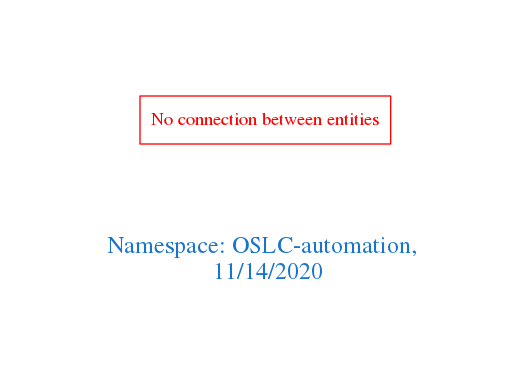
Earlier version of the Graphviz export downloads/OSLC-automation.png (arago/OGIT). Its source is kept beside it as downloads/OSLC-automation.dot.
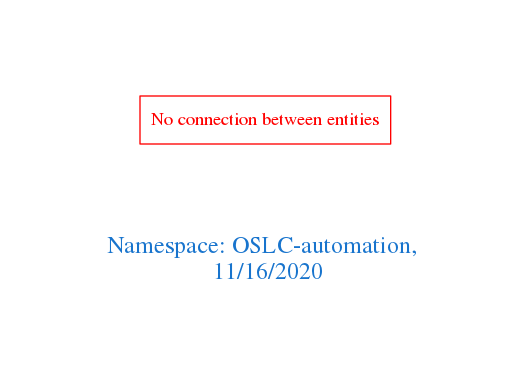
The same file after the commit.

Change to the diagram source:
```diff
@@ -1,7 +1,7 @@
 digraph OGIT_ontology {
  graph [ rankdir= LR,pad=1
 fontsize = 18,
-fontcolor= dodgerblue3,label = "\n\n\nNamespace: OSLC-automation, \n 11/14/2020"];
+fontcolor= dodgerblue3,label = "\n\n\nNamespace: OSLC-automation, \n 11/16/2020"];
 node[shape=polygon];
 edge [  color="gray81"];
 
```
